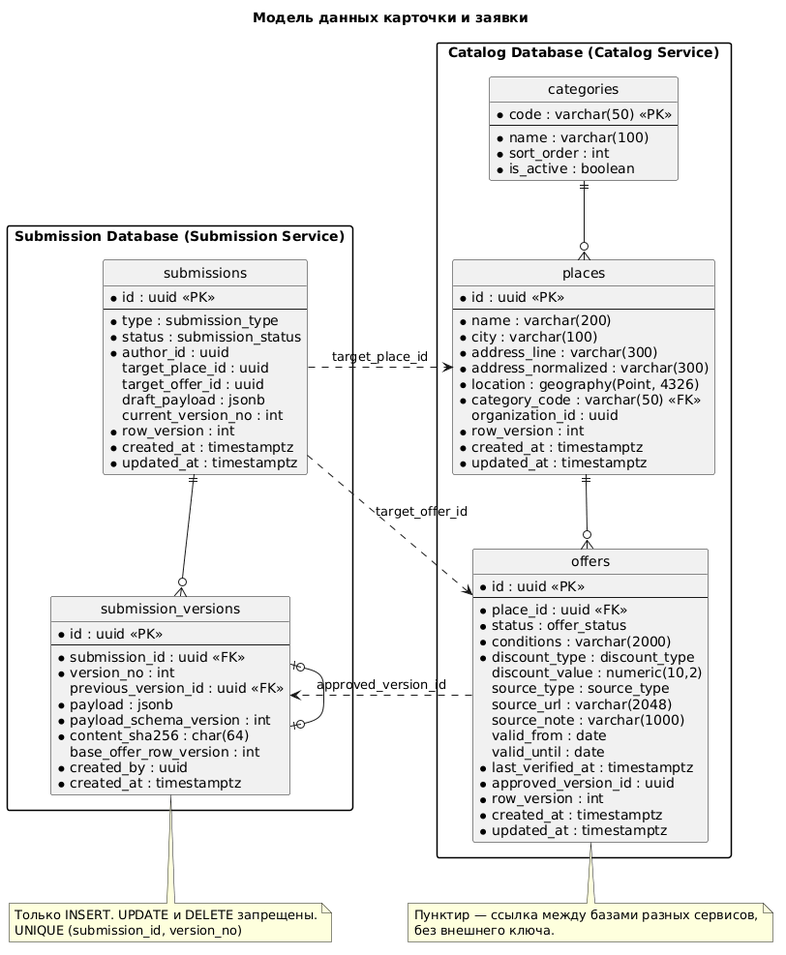
Student-Discounts/docs keeps this PlantUML diagram as data-model/er_diagram.png. Above is the earlier version.
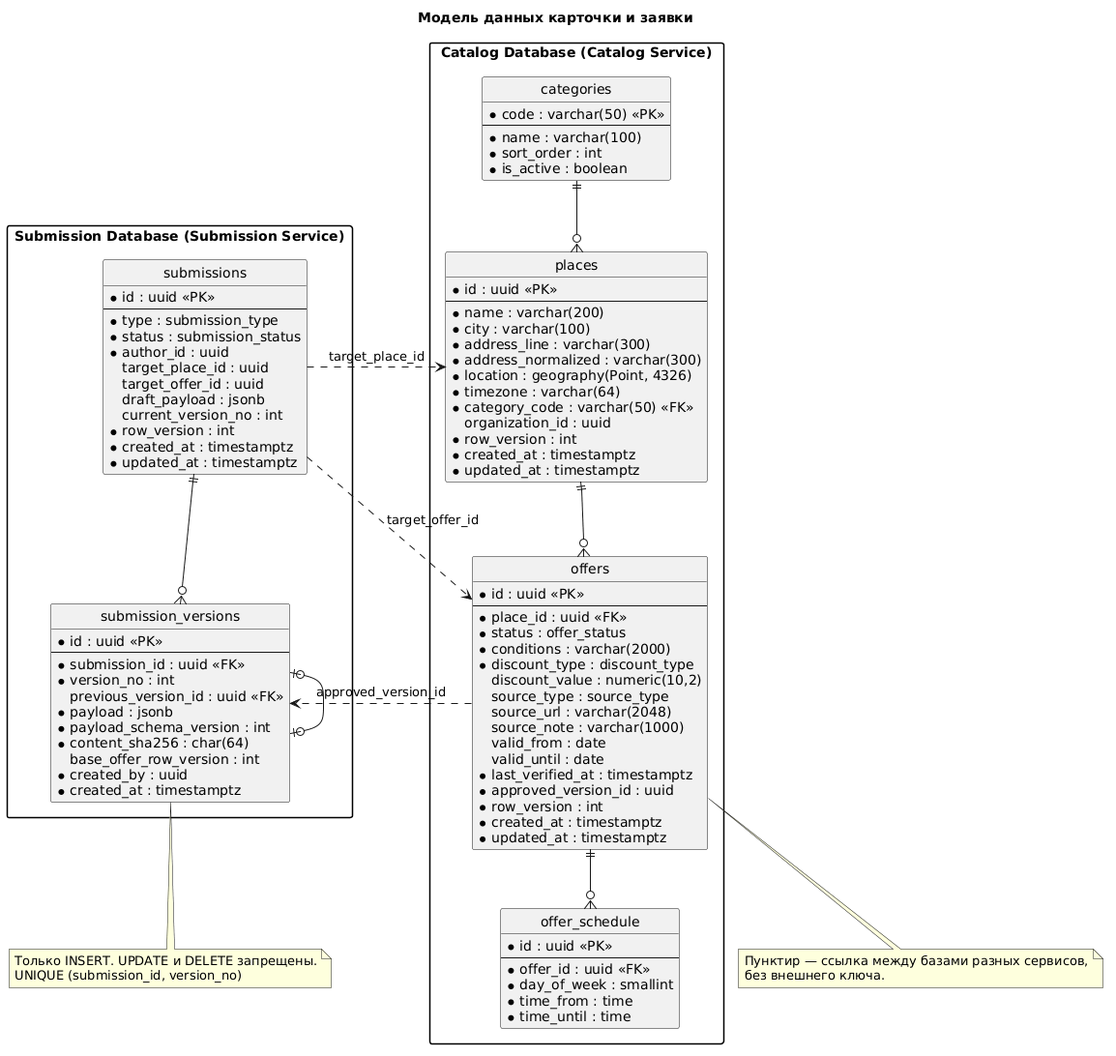
After the change.

The edit, as a diff of the source:
```diff
@@ -22,6 +22,7 @@
     * address_line : varchar(300)
     * address_normalized : varchar(300)
     * location : geography(Point, 4326)
+    * timezone : varchar(64)
     * category_code : varchar(50) <<FK>>
     organization_id : uuid
     * row_version : int
@@ -47,6 +48,15 @@
     * row_version : int
     * created_at : timestamptz
     * updated_at : timestamptz
+  }
+
+  entity offer_schedule {
+    * id : uuid <<PK>>
+    --
+    * offer_id : uuid <<FK>>
+    * day_of_week : smallint
+    * time_from : time
+    * time_until : time
   }
 }
 
@@ -83,6 +93,7 @@
 
 categories ||--o{ places
 places ||--o{ offers
+offers ||--o{ offer_schedule
 submissions ||--o{ submission_versions
 submission_versions |o--o| submission_versions
 
```
